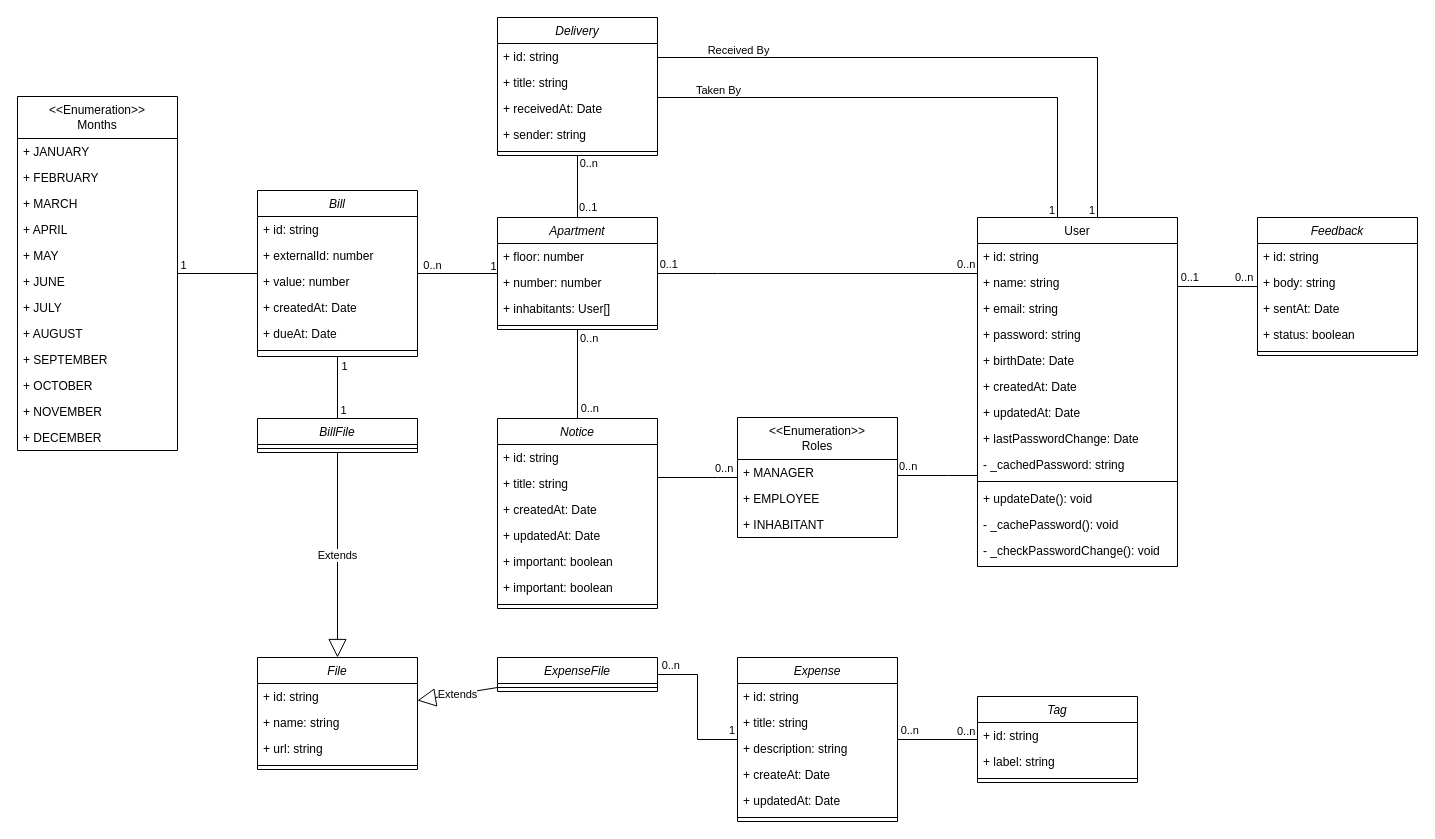
This is Artefatos/Diagrama de Classe/Diagrama de Classes.drawio from jaoppb/villa-pisani, a draw.io file, before an edit. Source tidied: cells renumbered, new cells numbered last; positions are measured from the earlier drawing's top-left corner, leaving out a move shared by most shapes. Both pictures are drawn from the tidied source at 100%, with x=0, y=0 at pixel (17, 17).
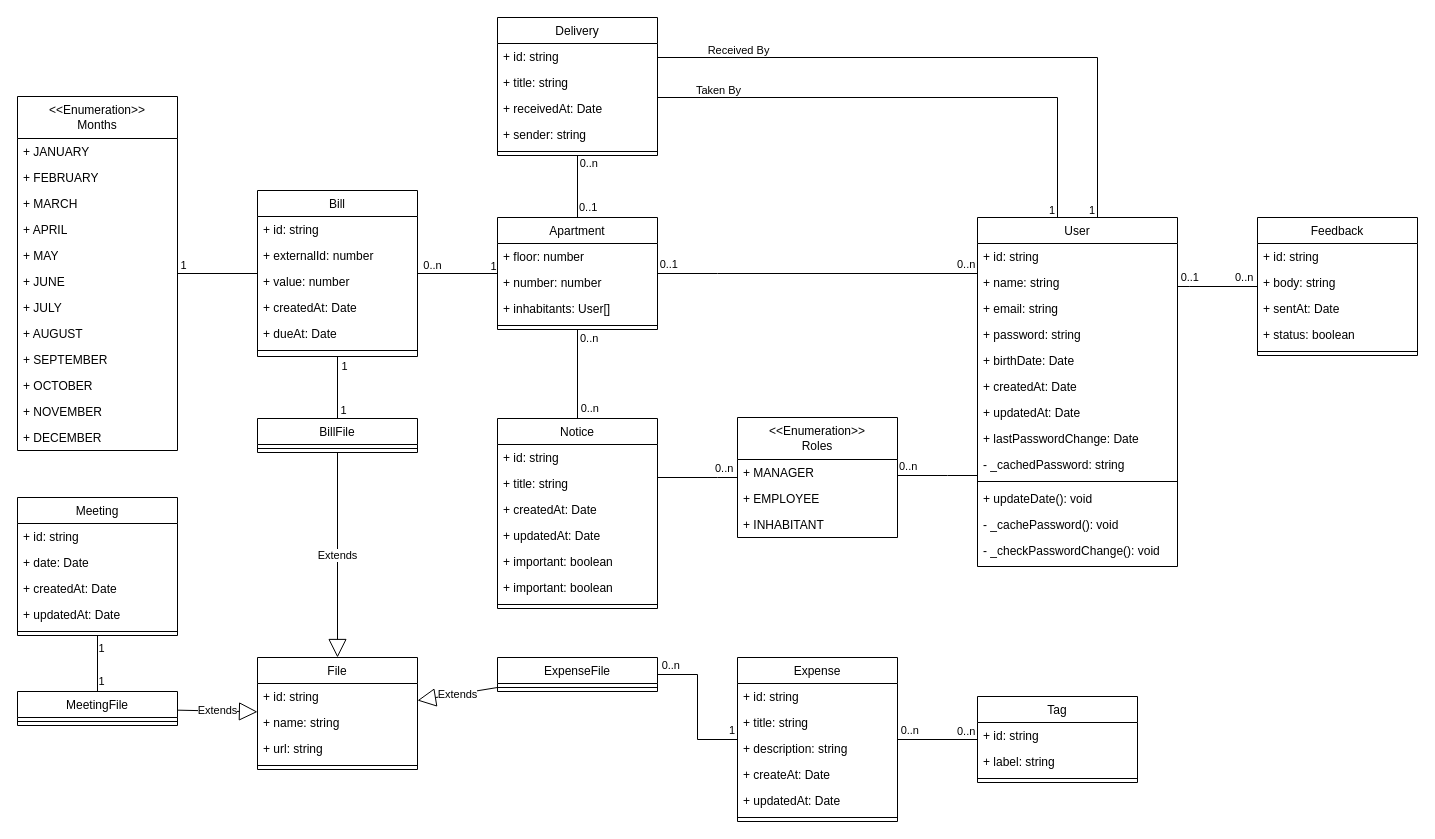
Above is the later version.

Commit message (it also covers changes not shown here):
docs: updated class diagram

added Meeting class
added MeetingFile class
removed italic from class names

Diff of the diagram source:
```diff
@@
-    <mxCell id="2" value="Apartment" style="swimlane;fontStyle=2;align=center;verticalAlign=top;horizontal=1;startSize=26;rounded=0;shadow=0;strokeWidth=1;" parent="1" vertex="1">
+    <mxCell id="2" value="Apartment" style="swimlane;fontStyle=0;align=center;verticalAlign=top;horizontal=1;startSize=26;rounded=0;shadow=0;strokeWidth=1;" parent="1" vertex="1">
       <mxGeometry x="480" y="200" width="160" height="112" as="geometry" />
     </mxCell>
@@
-    <mxCell id="24" value="Expense" style="swimlane;fontStyle=2;align=center;verticalAlign=top;horizontal=1;startSize=26;rounded=0;shadow=0;strokeWidth=1;" parent="1" vertex="1">
+    <mxCell id="24" value="Expense" style="swimlane;fontStyle=0;align=center;verticalAlign=top;horizontal=1;startSize=26;rounded=0;shadow=0;strokeWidth=1;" parent="1" vertex="1">
       <mxGeometry x="720" y="640" width="160" height="164" as="geometry" />
     </mxCell>
@@
-    <mxCell id="31" value="Tag" style="swimlane;fontStyle=2;align=center;verticalAlign=top;horizontal=1;startSize=26;rounded=0;shadow=0;strokeWidth=1;" parent="1" vertex="1">
+    <mxCell id="31" value="Tag" style="swimlane;fontStyle=0;align=center;verticalAlign=top;horizontal=1;startSize=26;rounded=0;shadow=0;strokeWidth=1;" parent="1" vertex="1">
       <mxGeometry x="960" y="679" width="160" height="86" as="geometry" />
     </mxCell>
@@
-    <mxCell id="38" value="ExpenseFile" style="swimlane;fontStyle=2;align=center;verticalAlign=top;horizontal=1;startSize=26;rounded=0;shadow=0;strokeWidth=1;" parent="1" vertex="1">
+    <mxCell id="38" value="ExpenseFile" style="swimlane;fontStyle=0;align=center;verticalAlign=top;horizontal=1;startSize=26;rounded=0;shadow=0;strokeWidth=1;" parent="1" vertex="1">
       <mxGeometry x="480" y="640" width="160" height="34" as="geometry" />
     </mxCell>
@@
-    <mxCell id="40" value="File" style="swimlane;fontStyle=2;align=center;verticalAlign=top;horizontal=1;startSize=26;rounded=0;shadow=0;strokeWidth=1;" parent="1" vertex="1">
+    <mxCell id="40" value="File" style="swimlane;fontStyle=0;align=center;verticalAlign=top;horizontal=1;startSize=26;rounded=0;shadow=0;strokeWidth=1;" parent="1" vertex="1">
       <mxGeometry x="240" y="640" width="160" height="112" as="geometry" />
     </mxCell>
@@
-    <mxCell id="49" value="Feedback" style="swimlane;fontStyle=2;align=center;verticalAlign=top;horizontal=1;startSize=26;rounded=0;shadow=0;strokeWidth=1;" parent="1" vertex="1">
+    <mxCell id="49" value="Feedback" style="swimlane;fontStyle=0;align=center;verticalAlign=top;horizontal=1;startSize=26;rounded=0;shadow=0;strokeWidth=1;" parent="1" vertex="1">
       <mxGeometry x="1240" y="200" width="160" height="138" as="geometry" />
     </mxCell>
@@
-    <mxCell id="58" value="Notice" style="swimlane;fontStyle=2;align=center;verticalAlign=top;horizontal=1;startSize=26;rounded=0;shadow=0;strokeWidth=1;" parent="1" vertex="1">
+    <mxCell id="58" value="Notice" style="swimlane;fontStyle=0;align=center;verticalAlign=top;horizontal=1;startSize=26;rounded=0;shadow=0;strokeWidth=1;" parent="1" vertex="1">
       <mxGeometry x="480" y="401" width="160" height="190" as="geometry" />
     </mxCell>
@@
-    <mxCell id="77" value="Delivery" style="swimlane;fontStyle=2;align=center;verticalAlign=top;horizontal=1;startSize=26;rounded=0;shadow=0;strokeWidth=1;" parent="1" vertex="1">
+    <mxCell id="77" value="Delivery" style="swimlane;fontStyle=0;align=center;verticalAlign=top;horizontal=1;startSize=26;rounded=0;shadow=0;strokeWidth=1;" parent="1" vertex="1">
       <mxGeometry x="480" width="160" height="138" as="geometry" />
     </mxCell>
@@
-    <mxCell id="95" value="Bill" style="swimlane;fontStyle=2;align=center;verticalAlign=top;horizontal=1;startSize=26;rounded=0;shadow=0;strokeWidth=1;" parent="1" vertex="1">
+    <mxCell id="95" value="Bill" style="swimlane;fontStyle=0;align=center;verticalAlign=top;horizontal=1;startSize=26;rounded=0;shadow=0;strokeWidth=1;" parent="1" vertex="1">
       <mxGeometry x="240" y="173" width="160" height="166" as="geometry" />
     </mxCell>
@@
-    <mxCell id="117" value="BillFile" style="swimlane;fontStyle=2;align=center;verticalAlign=top;horizontal=1;startSize=26;rounded=0;shadow=0;strokeWidth=1;" parent="1" vertex="1">
+    <mxCell id="117" value="BillFile" style="swimlane;fontStyle=0;align=center;verticalAlign=top;horizontal=1;startSize=26;rounded=0;shadow=0;strokeWidth=1;" parent="1" vertex="1">
       <mxGeometry x="240" y="401" width="160" height="34" as="geometry" />
     </mxCell>
@@
+    <mxCell id="123" style="edgeStyle=orthogonalEdgeStyle;rounded=0;jettySize=auto;html=1;endArrow=none;startFill=0;" parent="1" edge="1" source="126" target="132">
+      <mxGeometry relative="1" as="geometry" />
+    </mxCell>
+    <mxCell id="124" value="1" style="edgeLabel;html=1;align=center;verticalAlign=middle;" parent="123" vertex="1">
+      <mxGeometry x="-0.72" y="-1" relative="1" as="geometry">
+        <mxPoint x="4" y="4" as="offset" />
+      </mxGeometry>
+    </mxCell>
+    <mxCell id="125" value="1" style="edgeLabel;html=1;align=center;verticalAlign=middle;" parent="123" vertex="1">
+      <mxGeometry x="0.72" y="-1" relative="1" as="geometry">
+        <mxPoint x="4" y="-3" as="offset" />
+      </mxGeometry>
+    </mxCell>
+    <mxCell id="126" value="Meeting" style="swimlane;fontStyle=0;align=center;verticalAlign=top;horizontal=1;startSize=26;rounded=0;shadow=0;strokeWidth=1;" parent="1" vertex="1">
+      <mxGeometry y="480" width="160" height="138" as="geometry" />
+    </mxCell>
+    <mxCell id="127" value="+ id: string" style="text;align=left;verticalAlign=top;spacingLeft=4;spacingRight=4;overflow=hidden;" parent="126" vertex="1">
+      <mxGeometry y="26" width="160" height="26" as="geometry" />
+    </mxCell>
+    <mxCell id="128" value="+ date: Date" style="text;align=left;verticalAlign=top;spacingLeft=4;spacingRight=4;overflow=hidden;rounded=0;shadow=0;html=0;" parent="126" vertex="1">
+      <mxGeometry y="52" width="160" height="26" as="geometry" />
+    </mxCell>
+    <mxCell id="129" value="+ createdAt: Date" style="text;align=left;verticalAlign=top;spacingLeft=4;spacingRight=4;overflow=hidden;rounded=0;shadow=0;html=0;" parent="126" vertex="1">
+      <mxGeometry y="78" width="160" height="26" as="geometry" />
+    </mxCell>
+    <mxCell id="130" value="+ updatedAt: Date" style="text;align=left;verticalAlign=top;spacingLeft=4;spacingRight=4;overflow=hidden;rounded=0;shadow=0;html=0;" parent="126" vertex="1">
+      <mxGeometry y="104" width="160" height="26" as="geometry" />
+    </mxCell>
+    <mxCell id="131" style="line;html=1;strokeWidth=1;align=left;verticalAlign=middle;spacingTop=-1;spacingLeft=3;spacingRight=3;labelPosition=right;" parent="126" vertex="1">
+      <mxGeometry y="130" width="160" height="8" as="geometry" />
+    </mxCell>
+    <mxCell id="132" value="MeetingFile" style="swimlane;fontStyle=0;align=center;verticalAlign=top;horizontal=1;startSize=26;rounded=0;shadow=0;strokeWidth=1;" parent="1" vertex="1">
+      <mxGeometry y="674" width="160" height="34" as="geometry" />
+    </mxCell>
+    <mxCell id="133" style="line;html=1;strokeWidth=1;align=left;verticalAlign=middle;spacingTop=-1;spacingLeft=3;spacingRight=3;labelPosition=right;" parent="132" vertex="1">
+      <mxGeometry y="26" width="160" height="8" as="geometry" />
+    </mxCell>
+    <mxCell id="134" value="Extends" style="endArrow=block;endSize=16;endFill=0;html=1;rounded=0;" parent="1" edge="1" source="132" target="40">
+      <mxGeometry relative="1" as="geometry" />
+    </mxCell>
```
